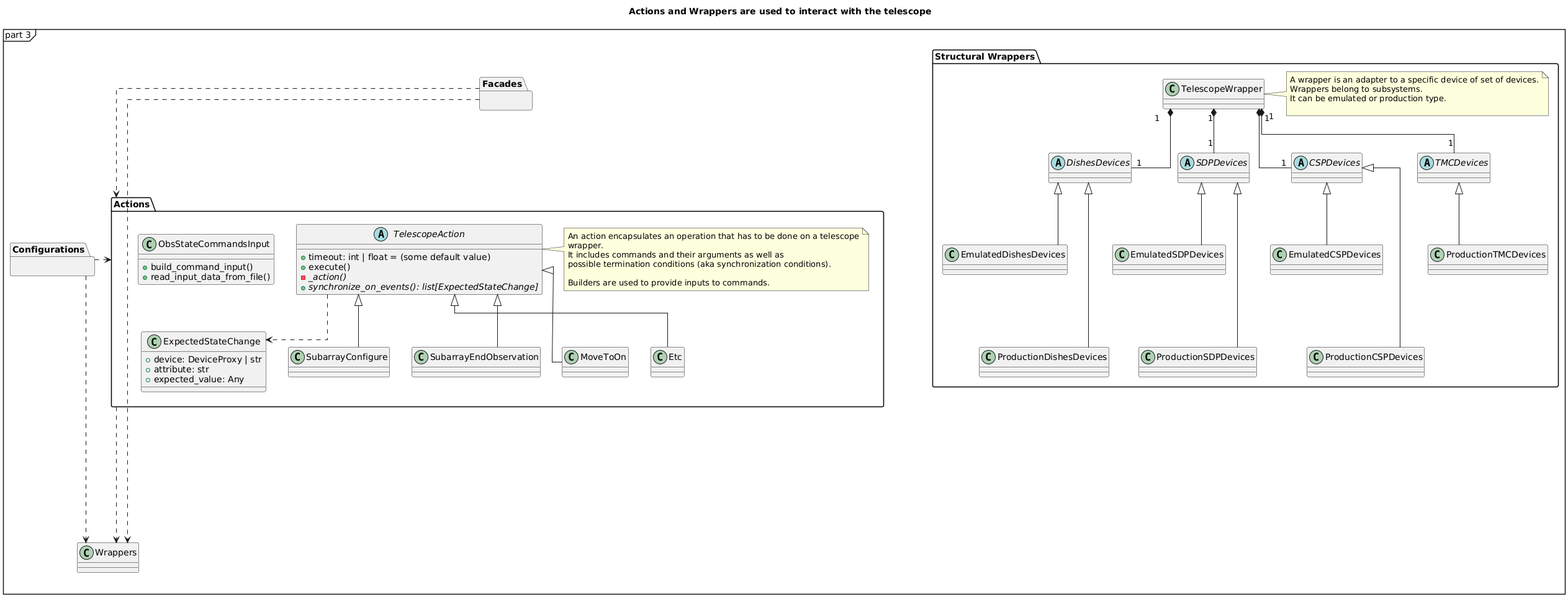
Before: src/ska_integration_test_harness/architecture-actions.png, a diagram exported from PlantUML (ska-telescope/ska-integration-test-harness).
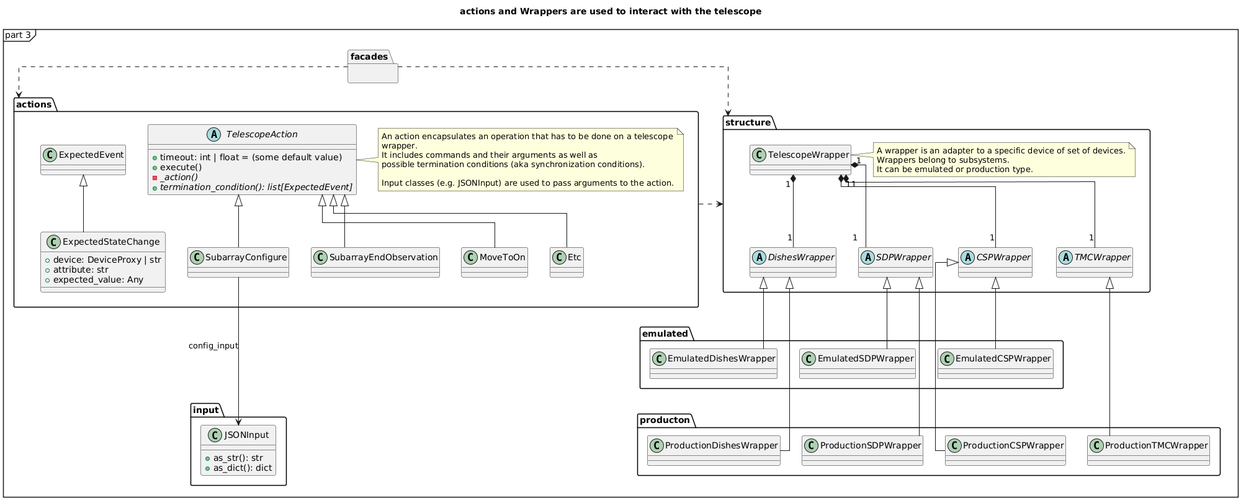
Later version of the same file.

Change to the diagram source:
```diff
@@ -3,20 +3,14 @@
 mainframe part 3
 skinparam linetype ortho
 
-title Actions and Wrappers are used to interact with the telescope
+title actions and Wrappers are used to interact with the telescope
 
-package "Configurations" {
+
+package "facades" {
 
 }
 
-package "Facades" {
-
-}
-
-Configurations .right.> Wrappers
-Configurations .right.> Actions
-
-package "Structural Wrappers" {
+package "structure" {
     class TelescopeWrapper {
     }
 
@@ -24,43 +18,48 @@
     A wrapper is an adapter to a specific device of set of devices.
     Wrappers belong to subsystems.
     It can be emulated or production type.
-
     end note
 
-    abstract class TMCDevices
-    class ProductionTMCDevices
-    abstract class CSPDevices
-    class EmulatedCSPDevices
-    class ProductionCSPDevices
-    abstract class SDPDevices
-    class EmulatedSDPDevices
-    class ProductionSDPDevices
-    abstract class DishesDevices
-    class EmulatedDishesDevices
-    class ProductionDishesDevices
+    abstract class TMCWrapper
+    abstract class CSPWrapper
+    abstract class SDPWrapper
+    abstract class DishesWrapper
 
-    ProductionTMCDevices -up-|> TMCDevices
-    EmulatedCSPDevices -up-|> CSPDevices
-    ProductionCSPDevices -up-|> CSPDevices
-    EmulatedSDPDevices -up-|> SDPDevices
-    ProductionSDPDevices -up-|> SDPDevices
-    EmulatedDishesDevices -up-|> DishesDevices
-    ProductionDishesDevices -up-|> DishesDevices
-
-    TelescopeWrapper "1" *-- "1" TMCDevices
-    TelescopeWrapper "1" *-- "1" CSPDevices
-    TelescopeWrapper "1" *-- "1" SDPDevices
-    TelescopeWrapper "1" *-- "1" DishesDevices
+    TelescopeWrapper "1" *-- "1" TMCWrapper
+    TelescopeWrapper "1" *-- "1" CSPWrapper
+    TelescopeWrapper "1" *-- "1" SDPWrapper
+    TelescopeWrapper "1" *-- "1" DishesWrapper
 }
 
+package "producton" {
+    class ProductionTMCWrapper
+    class ProductionCSPWrapper
+    class ProductionSDPWrapper
+    class ProductionDishesWrapper
+}
+
+package "emulated" {
+    class EmulatedCSPWrapper
+    class EmulatedSDPWrapper
+    class EmulatedDishesWrapper
+}
+
+ProductionTMCWrapper -up-|> TMCWrapper
+ProductionCSPWrapper -up-|> CSPWrapper
+ProductionSDPWrapper -up-|> SDPWrapper
+ProductionDishesWrapper -up-|> DishesWrapper
 
 
-package "Actions" {
+EmulatedCSPWrapper -up-|> CSPWrapper
+EmulatedSDPWrapper -up-|> SDPWrapper
+EmulatedDishesWrapper -up-|> DishesWrapper
+
+package "actions" {
     abstract class TelescopeAction {
         + timeout: int | float = (some default value)
         + execute()
         - _action() {abstract}
-        + synchronize_on_events(): list[ExpectedStateChange] {abstract}
+        + termination_condition(): list[ExpectedEvent] {abstract}
     }
 
     note right
@@ -69,8 +68,10 @@
     It includes commands and their arguments as well as
     possible termination conditions (aka synchronization conditions).
 
-    Builders are used to provide inputs to commands.
+    Input classes (e.g. JSONInput) are used to pass arguments to the action.
     end note
+
+    class ExpectedEvent
 
     class ExpectedStateChange {
         + device: DeviceProxy | str
@@ -78,10 +79,7 @@
         + expected_value: Any
     }
 
-    class ObsStateCommandsInput {
-        + build_command_input()
-        + read_input_data_from_file()
-    }
+    ExpectedStateChange -up-|> ExpectedEvent
 
     class SubarrayConfigure
     class SubarrayEndObservation
@@ -93,16 +91,25 @@
     MoveToOn -up-|> TelescopeAction
     Etc -up-|> TelescopeAction
 
-    TelescopeAction ..> ExpectedStateChange
 }
 
-Facades ...> "Wrappers"
-Facades ...> "Actions"
-"Actions" ......> Wrappers
+package input {
+    class JSONInput {
+        + as_str(): str
+        + as_dict(): dict
+    }
+}
+
+SubarrayConfigure ---> JSONInput : config_input
+
+facades ..> structure
+facades ..> actions
+
+actions .> structure
 
 
-EmulatedCSPDevices -[hidden]down- ProductionCSPDevices
-EmulatedSDPDevices -[hidden]down- ProductionSDPDevices
-EmulatedDishesDevices -[hidden]down- ProductionDishesDevices
+EmulatedCSPWrapper -[hidden]down- ProductionCSPWrapper
+EmulatedSDPWrapper -[hidden]down- ProductionSDPWrapper
+EmulatedDishesWrapper -[hidden]down- ProductionDishesWrapper
 
 @enduml
```
